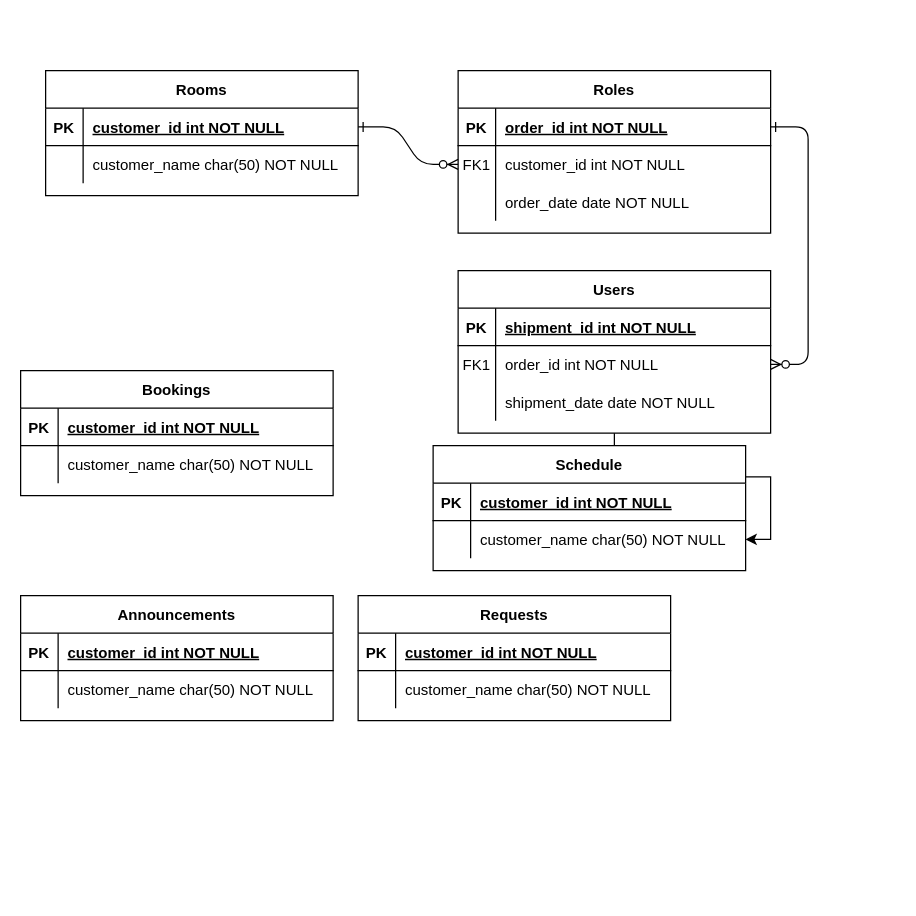
The draw.io diagram WebTechFinalProject/db/Untitled Diagram.drawio in Lamiorkor/WebTech_A_Team3, before the edit. Source tidied: cells renumbered, new cells numbered last; positions are measured from the earlier drawing's top-left corner, leaving out a move shared by most shapes. Both pictures are drawn from the tidied source at 125%, with x=0, y=0 at pixel (20, 70).
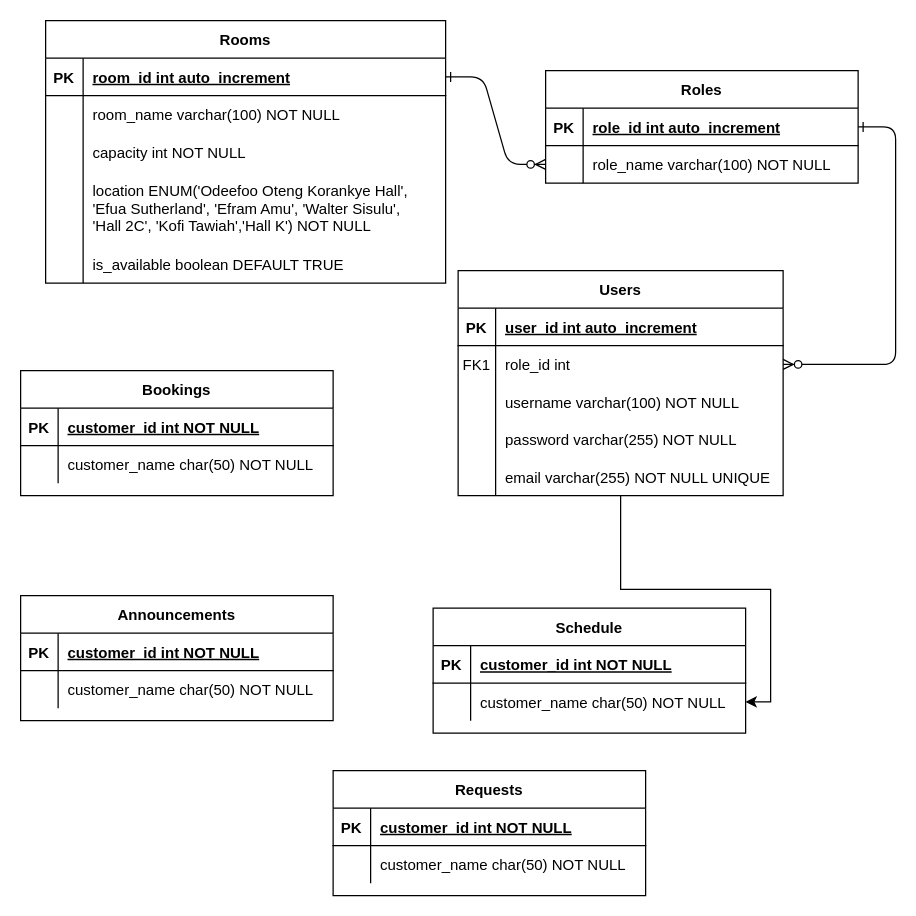
After the change.

Unchanged cells that the change refers to:
```xml
<mxCell id="5" style="shape=partialRectangle;fillColor=none;points=[[0,0.5],[1,0.5]];portConstraint=eastwest;top=0;left=0;right=0;bottom=1;" parent="4" vertex="1">
  <mxGeometry y="30" width="250" height="30" as="geometry" />
</mxCell>
<mxCell id="8" style="shape=partialRectangle;fillColor=none;points=[[0,0.5],[1,0.5]];portConstraint=eastwest;top=0;left=0;right=0;bottom=0;" parent="4" vertex="1">
  <mxGeometry y="60" width="250" height="30" as="geometry" />
</mxCell>
```

The edit, as a diff of the source:
```diff
@@
     <mxCell id="4" value="Roles" style="shape=table;startSize=30;childLayout=tableLayout;rowLines=0;fontStyle=1;align=center;" parent="1" vertex="1">
-      <mxGeometry x="350" width="250" height="130" as="geometry" />
+      <mxGeometry x="420" width="250" height="90" as="geometry" />
     </mxCell>
@@
-    <mxCell id="7" value="order_id int NOT NULL " style="shape=partialRectangle;overflow=hidden;fillColor=none;top=0;left=0;bottom=0;right=0;align=left;spacingLeft=6;fontStyle=5;" parent="5" vertex="1">
+    <mxCell id="7" value="role_id int auto_increment" style="shape=partialRectangle;overflow=hidden;fillColor=none;top=0;left=0;bottom=0;right=0;align=left;spacingLeft=6;fontStyle=5;" parent="5" vertex="1">
       <mxGeometry x="30" width="220" height="30" as="geometry" />
     </mxCell>
@@
-    <mxCell id="9" value="FK1" style="shape=partialRectangle;overflow=hidden;fillColor=none;top=0;left=0;bottom=0;right=0;" parent="8" vertex="1">
+    <mxCell id="9" style="shape=partialRectangle;overflow=hidden;fillColor=none;top=0;left=0;bottom=0;right=0;" parent="8" vertex="1">
       <mxGeometry width="30" height="30" as="geometry" />
     </mxCell>
-    <mxCell id="10" value="customer_id int NOT NULL" style="shape=partialRectangle;overflow=hidden;fillColor=none;top=0;left=0;bottom=0;right=0;align=left;spacingLeft=6;" parent="8" vertex="1">
+    <mxCell id="10" value="role_name varchar(100) NOT NULL" style="shape=partialRectangle;overflow=hidden;fillColor=none;top=0;left=0;bottom=0;right=0;align=left;spacingLeft=6;" parent="8" vertex="1">
       <mxGeometry x="30" width="220" height="30" as="geometry" />
     </mxCell>
-    <mxCell id="11" style="shape=partialRectangle;fillColor=none;top=0;left=0;right=0;bottom=0;" parent="4" vertex="1">
-      <mxGeometry y="90" width="250" height="30" as="geometry" />
-    </mxCell>
-    <mxCell id="12" style="shape=partialRectangle;overflow=hidden;fillColor=none;top=0;left=0;bottom=0;right=0;" parent="11" vertex="1">
-      <mxGeometry width="30" height="30" as="geometry" />
-    </mxCell>
-    <mxCell id="13" value="order_date date NOT NULL" style="shape=partialRectangle;overflow=hidden;fillColor=none;top=0;left=0;bottom=0;right=0;align=left;spacingLeft=6;" parent="11" vertex="1">
-      <mxGeometry x="30" width="220" height="30" as="geometry" />
-    </mxCell>
@@
     <mxCell id="15" value="Users" style="shape=table;startSize=30;childLayout=tableLayout;rowLines=0;fontStyle=1;align=center;" parent="1" vertex="1">
-      <mxGeometry x="350" y="160" width="250" height="130" as="geometry" />
+      <mxGeometry x="350" y="160" width="260" height="180" as="geometry" />
     </mxCell>
     <mxCell id="16" style="shape=partialRectangle;fillColor=none;top=0;left=0;right=0;bottom=1;" parent="15" vertex="1">
-      <mxGeometry y="30" width="250" height="30" as="geometry" />
+      <mxGeometry y="30" width="260" height="30" as="geometry" />
     </mxCell>
@@
-    <mxCell id="18" value="shipment_id int NOT NULL " style="shape=partialRectangle;overflow=hidden;fillColor=none;top=0;left=0;bottom=0;right=0;align=left;spacingLeft=6;fontStyle=5;" parent="16" vertex="1">
-      <mxGeometry x="30" width="220" height="30" as="geometry" />
+    <mxCell id="18" value="user_id int auto_increment" style="shape=partialRectangle;overflow=hidden;fillColor=none;top=0;left=0;bottom=0;right=0;align=left;spacingLeft=6;fontStyle=5;" parent="16" vertex="1">
+      <mxGeometry x="30" width="230" height="30" as="geometry" />
     </mxCell>
     <mxCell id="19" style="shape=partialRectangle;fillColor=none;points=[[0,0.5],[1,0.5]];portConstraint=eastwest;top=0;left=0;right=0;bottom=0;" parent="15" vertex="1">
-      <mxGeometry y="60" width="250" height="30" as="geometry" />
+      <mxGeometry y="60" width="260" height="30" as="geometry" />
     </mxCell>
@@
-    <mxCell id="21" value="order_id int NOT NULL" style="shape=partialRectangle;overflow=hidden;fillColor=none;top=0;left=0;bottom=0;right=0;align=left;spacingLeft=6;" parent="19" vertex="1">
-      <mxGeometry x="30" width="220" height="30" as="geometry" />
+    <mxCell id="21" value="role_id int" style="shape=partialRectangle;overflow=hidden;fillColor=none;top=0;left=0;bottom=0;right=0;align=left;spacingLeft=6;" parent="19" vertex="1">
+      <mxGeometry x="30" width="230" height="30" as="geometry" />
     </mxCell>
     <mxCell id="22" style="shape=partialRectangle;fillColor=none;top=0;left=0;right=0;bottom=0;" parent="15" vertex="1">
-      <mxGeometry y="90" width="250" height="30" as="geometry" />
+      <mxGeometry y="90" width="260" height="30" as="geometry" />
     </mxCell>
@@
-    <mxCell id="24" value="shipment_date date NOT NULL" style="shape=partialRectangle;overflow=hidden;fillColor=none;top=0;left=0;bottom=0;right=0;align=left;spacingLeft=6;" parent="22" vertex="1">
-      <mxGeometry x="30" width="220" height="30" as="geometry" />
+    <mxCell id="24" value="username varchar(100) NOT NULL" style="shape=partialRectangle;overflow=hidden;fillColor=none;top=0;left=0;bottom=0;right=0;align=left;spacingLeft=6;" parent="22" vertex="1">
+      <mxGeometry x="30" width="230" height="30" as="geometry" />
     </mxCell>
+    <mxCell id="60" style="shape=partialRectangle;fillColor=none;top=0;left=0;right=0;bottom=0;" parent="15" vertex="1">
+      <mxGeometry y="120" width="260" height="30" as="geometry" />
+    </mxCell>
+    <mxCell id="61" style="shape=partialRectangle;overflow=hidden;fillColor=none;top=0;left=0;bottom=0;right=0;" parent="60" vertex="1">
+      <mxGeometry width="30" height="30" as="geometry" />
+    </mxCell>
+    <mxCell id="62" value="password varchar(255) NOT NULL" style="shape=partialRectangle;overflow=hidden;fillColor=none;top=0;left=0;bottom=0;right=0;align=left;spacingLeft=6;" parent="60" vertex="1">
+      <mxGeometry x="30" width="230" height="30" as="geometry" />
+    </mxCell>
+    <mxCell id="63" style="shape=partialRectangle;fillColor=none;top=0;left=0;right=0;bottom=0;" parent="15" vertex="1">
+      <mxGeometry y="150" width="260" height="30" as="geometry" />
+    </mxCell>
+    <mxCell id="64" style="shape=partialRectangle;overflow=hidden;fillColor=none;top=0;left=0;bottom=0;right=0;" parent="63" vertex="1">
+      <mxGeometry width="30" height="30" as="geometry" />
+    </mxCell>
+    <mxCell id="65" value="email varchar(255) NOT NULL UNIQUE" style="shape=partialRectangle;overflow=hidden;fillColor=none;top=0;left=0;bottom=0;right=0;align=left;spacingLeft=6;" parent="63" vertex="1">
+      <mxGeometry x="30" width="230" height="30" as="geometry" />
+    </mxCell>
     <mxCell id="25" value="Rooms" style="shape=table;startSize=30;childLayout=tableLayout;rowLines=0;fontStyle=1;align=center;" parent="1" vertex="1">
-      <mxGeometry x="20" width="250" height="100" as="geometry" />
+      <mxGeometry x="20" y="-40" width="320" height="210" as="geometry" />
     </mxCell>
     <mxCell id="26" style="shape=partialRectangle;fillColor=none;points=[[0,0.5],[1,0.5]];portConstraint=eastwest;top=0;left=0;right=0;bottom=1;" parent="25" vertex="1">
-      <mxGeometry y="30" width="250" height="30" as="geometry" />
+      <mxGeometry y="30" width="320" height="30" as="geometry" />
     </mxCell>
@@
-    <mxCell id="28" value="customer_id int NOT NULL " style="shape=partialRectangle;overflow=hidden;fillColor=none;top=0;left=0;bottom=0;right=0;align=left;spacingLeft=6;fontStyle=5;" parent="26" vertex="1">
-      <mxGeometry x="30" width="220" height="30" as="geometry" />
+    <mxCell id="28" value="room_id int auto_increment" style="shape=partialRectangle;overflow=hidden;fillColor=none;top=0;left=0;bottom=0;right=0;align=left;spacingLeft=6;fontStyle=5;" parent="26" vertex="1">
+      <mxGeometry x="30" width="290" height="30" as="geometry" />
     </mxCell>
     <mxCell id="29" style="shape=partialRectangle;fillColor=none;top=0;left=0;right=0;bottom=0;" parent="25" vertex="1">
-      <mxGeometry y="60" width="250" height="30" as="geometry" />
+      <mxGeometry y="60" width="320" height="30" as="geometry" />
     </mxCell>
@@
-    <mxCell id="31" value="customer_name char(50) NOT NULL" style="shape=partialRectangle;overflow=hidden;fillColor=none;top=0;left=0;bottom=0;right=0;align=left;spacingLeft=6;" parent="29" vertex="1">
-      <mxGeometry x="30" width="220" height="30" as="geometry" />
+    <mxCell id="31" value="room_name varchar(100) NOT NULL" style="shape=partialRectangle;overflow=hidden;fillColor=none;top=0;left=0;bottom=0;right=0;align=left;spacingLeft=6;" parent="29" vertex="1">
+      <mxGeometry x="30" width="290" height="30" as="geometry" />
     </mxCell>
+    <mxCell id="66" style="shape=partialRectangle;fillColor=none;top=0;left=0;right=0;bottom=0;" parent="25" vertex="1">
+      <mxGeometry y="90" width="320" height="30" as="geometry" />
+    </mxCell>
+    <mxCell id="67" style="shape=partialRectangle;overflow=hidden;fillColor=none;top=0;left=0;bottom=0;right=0;" parent="66" vertex="1">
+      <mxGeometry width="30" height="30" as="geometry" />
+    </mxCell>
+    <mxCell id="68" value="capacity int NOT NULL" style="shape=partialRectangle;overflow=hidden;fillColor=none;top=0;left=0;bottom=0;right=0;align=left;spacingLeft=6;" parent="66" vertex="1">
+      <mxGeometry x="30" width="290" height="30" as="geometry" />
+    </mxCell>
+    <mxCell id="69" style="shape=partialRectangle;fillColor=none;top=0;left=0;right=0;bottom=0;" parent="25" vertex="1">
+      <mxGeometry y="120" width="320" height="60" as="geometry" />
+    </mxCell>
+    <mxCell id="70" style="shape=partialRectangle;overflow=hidden;fillColor=none;top=0;left=0;bottom=0;right=0;" parent="69" vertex="1">
+      <mxGeometry width="30" height="60" as="geometry" />
+    </mxCell>
+    <mxCell id="71" value="location ENUM('Odeefoo Oteng Korankye Hall', &#10;'Efua Sutherland', 'Efram Amu', 'Walter Sisulu', &#10;'Hall 2C', 'Kofi Tawiah','Hall K') NOT NULL" style="shape=partialRectangle;overflow=hidden;fillColor=none;top=0;left=0;bottom=0;right=0;align=left;spacingLeft=6;" parent="69" vertex="1">
+      <mxGeometry x="30" width="290" height="60" as="geometry" />
+    </mxCell>
+    <mxCell id="72" style="shape=partialRectangle;fillColor=none;top=0;left=0;right=0;bottom=0;" parent="25" vertex="1">
+      <mxGeometry y="180" width="320" height="30" as="geometry" />
+    </mxCell>
+    <mxCell id="73" style="shape=partialRectangle;overflow=hidden;fillColor=none;top=0;left=0;bottom=0;right=0;" parent="72" vertex="1">
+      <mxGeometry width="30" height="30" as="geometry" />
+    </mxCell>
+    <mxCell id="74" value="is_available boolean DEFAULT TRUE" style="shape=partialRectangle;overflow=hidden;fillColor=none;top=0;left=0;bottom=0;right=0;align=left;spacingLeft=6;" parent="72" vertex="1">
+      <mxGeometry x="30" width="290" height="30" as="geometry" />
+    </mxCell>
     <mxCell id="32" value="Schedule" style="shape=table;startSize=30;childLayout=tableLayout;rowLines=0;fontStyle=1;align=center;" parent="1" vertex="1">
-      <mxGeometry x="330" y="300" width="250" height="100" as="geometry" />
+      <mxGeometry x="330" y="430" width="250" height="100" as="geometry" />
     </mxCell>
@@
     <mxCell id="39" value="Requests" style="shape=table;startSize=30;childLayout=tableLayout;rowLines=0;fontStyle=1;align=center;" parent="1" vertex="1">
-      <mxGeometry x="270" y="420" width="250" height="100" as="geometry" />
+      <mxGeometry x="250" y="560" width="250" height="100" as="geometry" />
     </mxCell>
```
